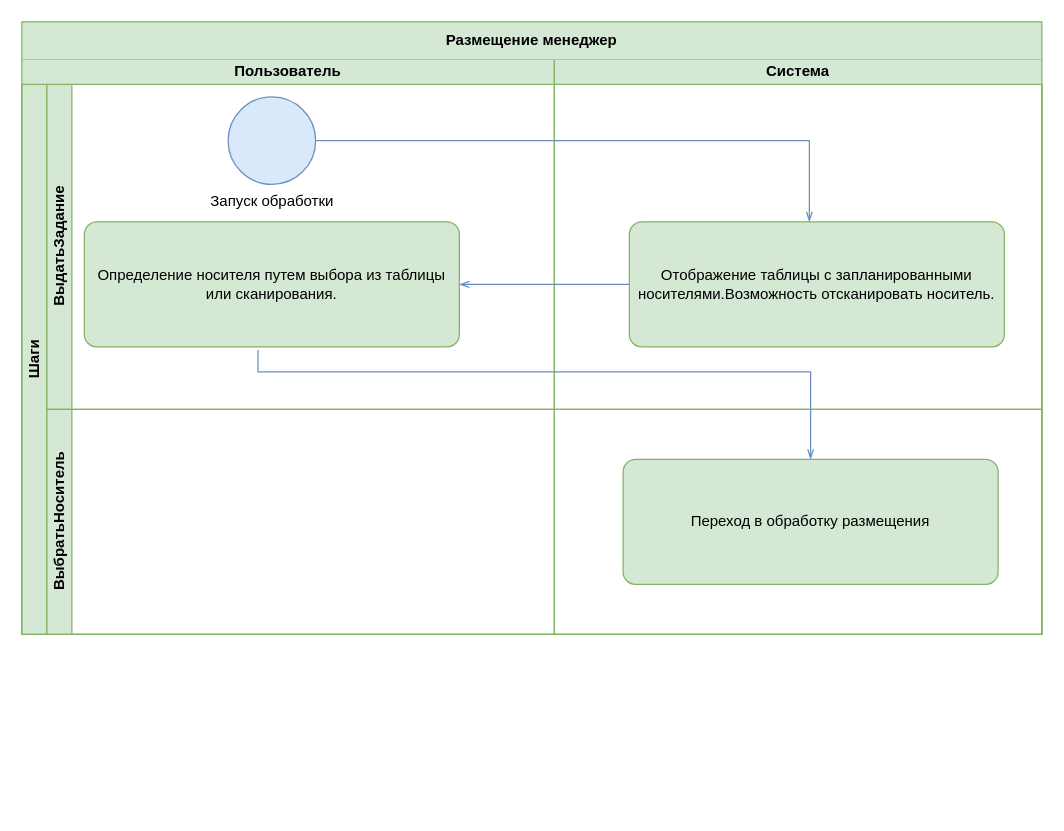
The draw.io diagram mobile-client/terminal-programms/razmeschenie/manager.drawio in flln23/TopLog_Diagrams, before the edit. Source tidied: cells renumbered, new cells numbered last; positions are measured from the earlier drawing's top-left corner, leaving out a move shared by most shapes. Both pictures are drawn from the tidied source at 125%, with x=0, y=0 at pixel (21, 21).
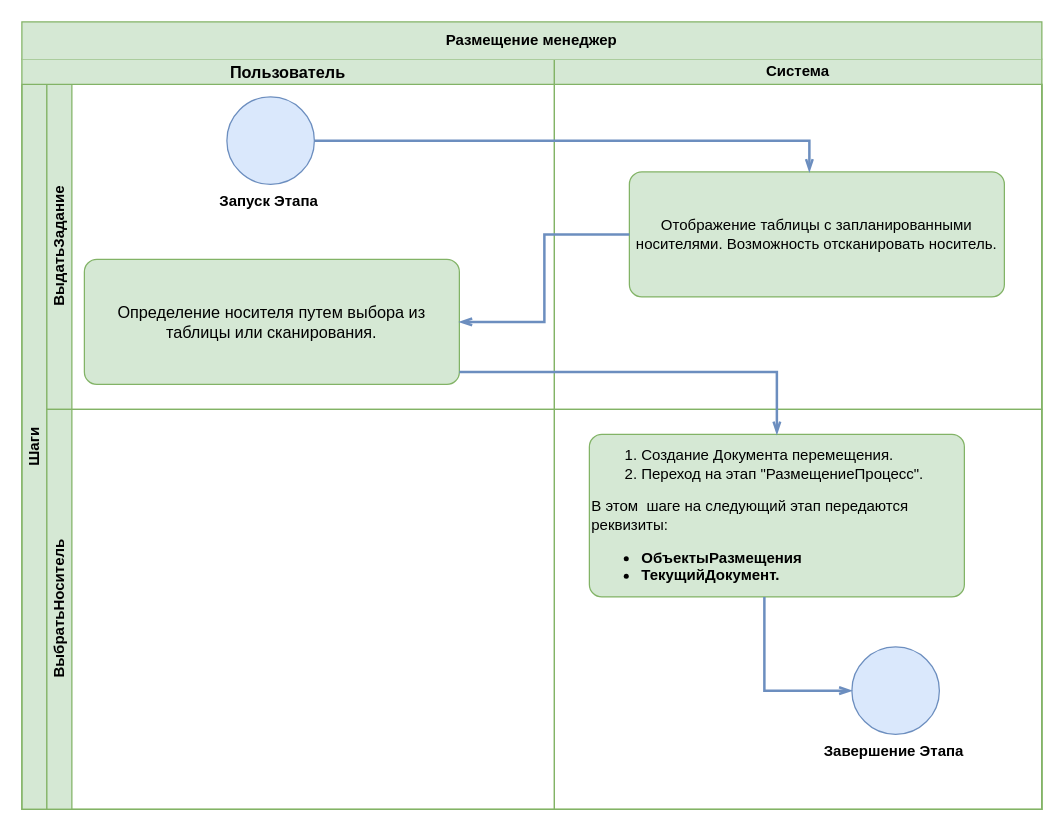
After the change.

The edit, as a diff of the source:
```diff
@@
     <mxCell id="2" value="Шаги&lt;br&gt;" style="swimlane;html=1;horizontal=0;startSize=20;whiteSpace=wrap;fillColor=#d5e8d4;strokeColor=#82b366;" parent="1" vertex="1">
-      <mxGeometry y="50" width="816" height="440" as="geometry" />
+      <mxGeometry y="50" width="816" height="580" as="geometry" />
     </mxCell>
@@
     <mxCell id="4" value="ВыбратьНоситель" style="swimlane;html=1;startSize=20;horizontal=0;fillColor=#d5e8d4;strokeColor=#82b366;" parent="2" vertex="1">
-      <mxGeometry x="20" y="260" width="796" height="180" as="geometry" />
+      <mxGeometry x="20" y="260" width="796" height="320" as="geometry" />
     </mxCell>
-    <mxCell id="5" value="Пользователь" style="swimlane;startSize=20;whiteSpace=wrap;html=1;fillColor=#d5e8d4;strokeColor=#82b366;" parent="1" vertex="1">
-      <mxGeometry y="30" width="426" height="460" as="geometry" />
+    <mxCell id="5" value="Пользователь" style="swimlane;startSize=20;whiteSpace=wrap;html=1;fillColor=#d5e8d4;strokeColor=#82b366;fontSize=13;" parent="1" vertex="1">
+      <mxGeometry y="30" width="426" height="600" as="geometry" />
     </mxCell>
-    <mxCell id="6" value="Определение носителя путем выбора из таблицы или сканирования." style="points=[[0.25,0,0],[0.5,0,0],[0.75,0,0],[1,0.25,0],[1,0.5,0],[1,0.75,0],[0.75,1,0],[0.5,1,0],[0.25,1,0],[0,0.75,0],[0,0.5,0],[0,0.25,0]];shape=mxgraph.bpmn.task;whiteSpace=wrap;rectStyle=rounded;size=10;html=1;taskMarker=abstract;fillColor=#d5e8d4;strokeColor=#82b366;" parent="5" vertex="1">
-      <mxGeometry x="50" y="130" width="300" height="100" as="geometry" />
+    <mxCell id="6" value="&lt;font style=&quot;font-size: 13px;&quot;&gt;Определение носителя путем выбора из таблицы или сканирования.&lt;/font&gt;" style="points=[[0.25,0,0],[0.5,0,0],[0.75,0,0],[1,0.25,0],[1,0.5,0],[1,0.75,0],[0.75,1,0],[0.5,1,0],[0.25,1,0],[0,0.75,0],[0,0.5,0],[0,0.25,0]];shape=mxgraph.bpmn.task;whiteSpace=wrap;rectStyle=rounded;size=10;html=1;taskMarker=abstract;fillColor=#d5e8d4;strokeColor=#82b366;" parent="5" vertex="1">
+      <mxGeometry x="50" y="160" width="300" height="100" as="geometry" />
     </mxCell>
-    <mxCell id="7" value="Запуск обработки" style="points=[[0.145,0.145,0],[0.5,0,0],[0.855,0.145,0],[1,0.5,0],[0.855,0.855,0],[0.5,1,0],[0.145,0.855,0],[0,0.5,0]];shape=mxgraph.bpmn.event;html=1;verticalLabelPosition=bottom;labelBackgroundColor=#ffffff;verticalAlign=top;align=center;perimeter=ellipsePerimeter;outlineConnect=0;outline=standard;symbol=general;fillColor=#dae8fc;strokeColor=#6c8ebf;" parent="5" vertex="1">
-      <mxGeometry x="165" y="30" width="70" height="70" as="geometry" />
+    <mxCell id="7" value="Запуск Этапа&amp;nbsp;" style="points=[[0.145,0.145,0],[0.5,0,0],[0.855,0.145,0],[1,0.5,0],[0.855,0.855,0],[0.5,1,0],[0.145,0.855,0],[0,0.5,0]];shape=mxgraph.bpmn.event;html=1;verticalLabelPosition=bottom;labelBackgroundColor=#ffffff;verticalAlign=top;align=center;perimeter=ellipsePerimeter;outlineConnect=0;outline=standard;symbol=general;fillColor=#dae8fc;strokeColor=#6c8ebf;fontStyle=1;" parent="5" vertex="1">
+      <mxGeometry x="164" y="30" width="70" height="70" as="geometry" />
     </mxCell>
     <mxCell id="8" value="Система&lt;br&gt;" style="swimlane;startSize=20;whiteSpace=wrap;html=1;fillColor=#d5e8d4;strokeColor=#82b366;" parent="1" vertex="1">
-      <mxGeometry x="426" y="30" width="390" height="460" as="geometry" />
+      <mxGeometry x="426" y="30" width="390" height="600" as="geometry" />
     </mxCell>
-    <mxCell id="9" value="Отображение таблицы с запланированными носителями.Возможность отсканировать носитель." style="points=[[0.25,0,0],[0.5,0,0],[0.75,0,0],[1,0.25,0],[1,0.5,0],[1,0.75,0],[0.75,1,0],[0.5,1,0],[0.25,1,0],[0,0.75,0],[0,0.5,0],[0,0.25,0]];shape=mxgraph.bpmn.task;whiteSpace=wrap;rectStyle=rounded;size=10;html=1;taskMarker=abstract;fillColor=#d5e8d4;strokeColor=#82b366;" parent="8" vertex="1">
-      <mxGeometry x="60" y="130" width="300" height="100" as="geometry" />
+    <mxCell id="9" value="Отображение таблицы с запланированными носителями. Возможность отсканировать носитель." style="points=[[0.25,0,0],[0.5,0,0],[0.75,0,0],[1,0.25,0],[1,0.5,0],[1,0.75,0],[0.75,1,0],[0.5,1,0],[0.25,1,0],[0,0.75,0],[0,0.5,0],[0,0.25,0]];shape=mxgraph.bpmn.task;whiteSpace=wrap;rectStyle=rounded;size=10;html=1;taskMarker=abstract;fillColor=#d5e8d4;strokeColor=#82b366;" parent="8" vertex="1">
+      <mxGeometry x="60" y="90" width="300" height="100" as="geometry" />
     </mxCell>
-    <mxCell id="10" value="Переход в обработку размещения" style="points=[[0.25,0,0],[0.5,0,0],[0.75,0,0],[1,0.25,0],[1,0.5,0],[1,0.75,0],[0.75,1,0],[0.5,1,0],[0.25,1,0],[0,0.75,0],[0,0.5,0],[0,0.25,0]];shape=mxgraph.bpmn.task;whiteSpace=wrap;rectStyle=rounded;size=10;html=1;taskMarker=abstract;fillColor=#d5e8d4;strokeColor=#82b366;" parent="8" vertex="1">
-      <mxGeometry x="55" y="320" width="300" height="100" as="geometry" />
+    <mxCell id="10" value="&lt;ol&gt;&lt;li&gt;Создание Документа перемещения.&lt;/li&gt;&lt;li&gt;&lt;span style=&quot;background-color: initial;&quot;&gt;Переход на этап &quot;РазмещениеПроцесс&quot;.&lt;/span&gt;&lt;/li&gt;&lt;/ol&gt;&lt;span style=&quot;background-color: initial;&quot;&gt;&lt;div style=&quot;&quot;&gt;&lt;span style=&quot;background-color: initial;&quot;&gt;В этом&amp;nbsp; шаге на следующий этап передаются реквизиты:&amp;nbsp;&lt;/span&gt;&lt;/div&gt;&lt;div style=&quot;&quot;&gt;&lt;ul&gt;&lt;li&gt;&lt;span style=&quot;background-color: initial;&quot;&gt;&lt;b&gt;ОбъектыРазмещения&lt;/b&gt;&lt;/span&gt;&lt;/li&gt;&lt;li&gt;&lt;span style=&quot;background-color: initial;&quot;&gt;&lt;b&gt;ТекущийДокумент.&amp;nbsp;&lt;/b&gt;&lt;/span&gt;&lt;/li&gt;&lt;/ul&gt;&lt;/div&gt;&lt;/span&gt;" style="points=[[0.25,0,0],[0.5,0,0],[0.75,0,0],[1,0.25,0],[1,0.5,0],[1,0.75,0],[0.75,1,0],[0.5,1,0],[0.25,1,0],[0,0.75,0],[0,0.5,0],[0,0.25,0]];shape=mxgraph.bpmn.task;whiteSpace=wrap;rectStyle=rounded;size=10;html=1;taskMarker=abstract;fillColor=#d5e8d4;strokeColor=#82b366;align=left;" parent="8" vertex="1">
+      <mxGeometry x="28" y="300" width="300" height="130" as="geometry" />
     </mxCell>
+    <mxCell id="16" value="Завершение Этапа&amp;nbsp;" style="points=[[0.145,0.145,0],[0.5,0,0],[0.855,0.145,0],[1,0.5,0],[0.855,0.855,0],[0.5,1,0],[0.145,0.855,0],[0,0.5,0]];shape=mxgraph.bpmn.event;html=1;verticalLabelPosition=bottom;labelBackgroundColor=#ffffff;verticalAlign=top;align=center;perimeter=ellipsePerimeter;outlineConnect=0;outline=standard;symbol=general;fillColor=#dae8fc;strokeColor=#6c8ebf;fontStyle=1;" parent="8" vertex="1">
+      <mxGeometry x="238" y="470" width="70" height="70" as="geometry" />
+    </mxCell>
+    <mxCell id="17" style="edgeStyle=elbowEdgeStyle;fontSize=12;html=1;endFill=0;startFill=0;endSize=6;startSize=6;endArrow=openThin;startArrow=none;rounded=0;fillColor=#dae8fc;strokeColor=#6c8ebf;entryX=0;entryY=0.5;entryDx=0;entryDy=0;entryPerimeter=0;strokeWidth=2;" parent="8" edge="1" source="10" target="16">
+      <mxGeometry relative="1" as="geometry">
+        <Array as="points">
+          <mxPoint x="168" y="510" />
+          <mxPoint x="128" y="480" />
+        </Array>
+      </mxGeometry>
+    </mxCell>
-    <mxCell id="11" style="edgeStyle=elbowEdgeStyle;fontSize=12;html=1;endFill=0;startFill=0;endSize=6;startSize=6;endArrow=openThin;startArrow=none;rounded=0;entryX=1;entryY=0.5;entryDx=0;entryDy=0;entryPerimeter=0;exitX=0;exitY=0.5;exitDx=0;exitDy=0;exitPerimeter=0;fillColor=#dae8fc;strokeColor=#6c8ebf;" parent="1" edge="1" source="9" target="6">
+    <mxCell id="11" style="edgeStyle=elbowEdgeStyle;fontSize=12;html=1;endFill=0;startFill=0;endSize=6;startSize=6;endArrow=openThin;startArrow=none;rounded=0;entryX=1;entryY=0.5;entryDx=0;entryDy=0;entryPerimeter=0;exitX=0;exitY=0.5;exitDx=0;exitDy=0;exitPerimeter=0;fillColor=#dae8fc;strokeColor=#6c8ebf;strokeWidth=2;" parent="1" edge="1" source="9" target="6">
       <mxGeometry relative="1" as="geometry" />
     </mxCell>
-    <mxCell id="12" style="edgeStyle=elbowEdgeStyle;fontSize=12;html=1;endFill=0;startFill=0;endSize=6;startSize=6;endArrow=openThin;startArrow=none;rounded=0;entryX=0.5;entryY=0;entryDx=0;entryDy=0;entryPerimeter=0;exitX=0.463;exitY=1.024;exitDx=0;exitDy=0;exitPerimeter=0;elbow=vertical;fillColor=#dae8fc;strokeColor=#6c8ebf;" parent="1" edge="1" source="6" target="10">
+    <mxCell id="12" style="edgeStyle=elbowEdgeStyle;fontSize=12;html=1;endFill=0;startFill=0;endSize=6;startSize=6;endArrow=openThin;startArrow=none;rounded=0;entryX=0.5;entryY=0;entryDx=0;entryDy=0;entryPerimeter=0;elbow=vertical;fillColor=#dae8fc;strokeColor=#6c8ebf;strokeWidth=2;" parent="1" edge="1" source="6" target="10">
       <mxGeometry relative="1" as="geometry">
         <Array as="points">
           <mxPoint x="490" y="280" />
           <mxPoint x="450" y="270" />
           <mxPoint x="420" y="430" />
         </Array>
       </mxGeometry>
     </mxCell>
-    <mxCell id="13" style="edgeStyle=elbowEdgeStyle;fontSize=12;html=1;endFill=0;startFill=0;endSize=6;startSize=6;endArrow=openThin;startArrow=none;rounded=0;exitX=1;exitY=0.5;exitDx=0;exitDy=0;exitPerimeter=0;fillColor=#dae8fc;strokeColor=#6c8ebf;" parent="1" edge="1" source="7" target="9">
+    <mxCell id="13" style="edgeStyle=elbowEdgeStyle;fontSize=12;html=1;endFill=0;startFill=0;endSize=6;startSize=6;endArrow=openThin;startArrow=none;rounded=0;exitX=1;exitY=0.5;exitDx=0;exitDy=0;exitPerimeter=0;fillColor=#dae8fc;strokeColor=#6c8ebf;strokeWidth=2;" parent="1" edge="1" source="7" target="9">
       <mxGeometry relative="1" as="geometry">
         <Array as="points">
           <mxPoint x="630" y="200" />
         </Array>
       </mxGeometry>
     </mxCell>
```
